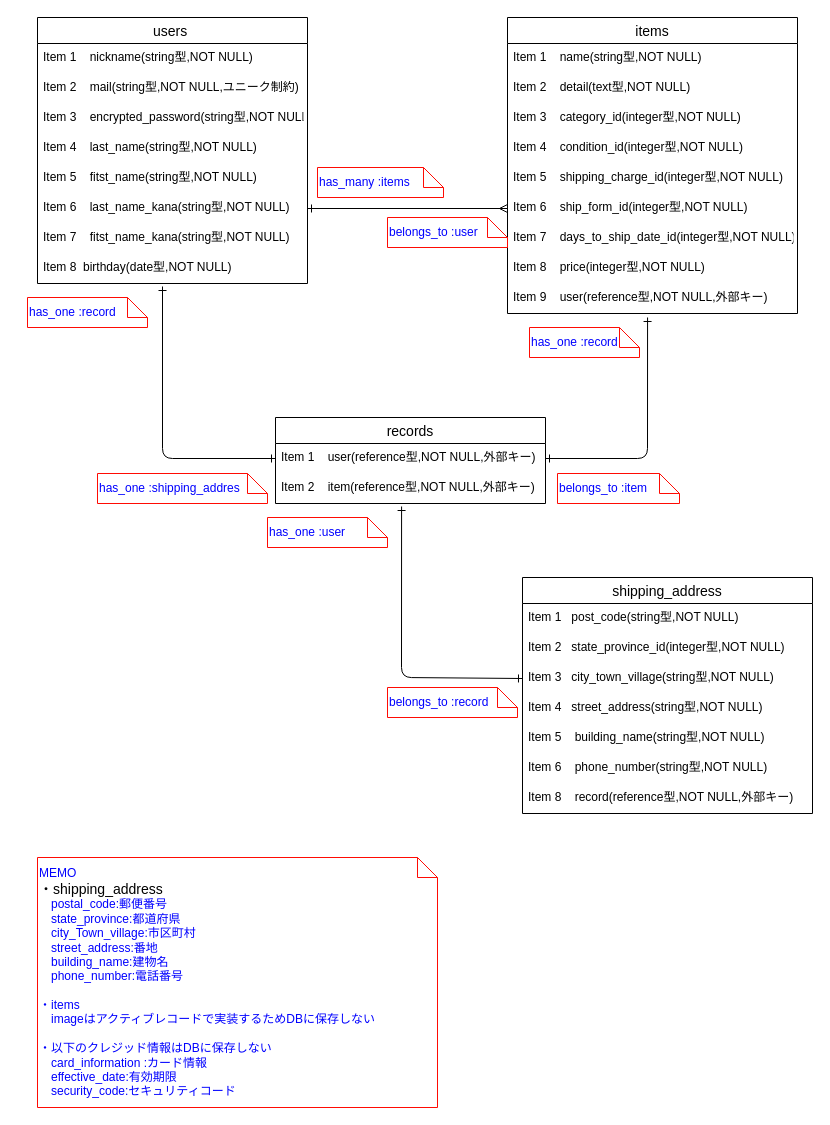
Before: db/ER.dio in miracletea/furima-39667, a draw.io diagram. Source tidied: cells renumbered, new cells numbered last; positions are measured from the earlier drawing's top-left corner, leaving out a move shared by most shapes. Both pictures are drawn from the tidied source at 100%, with x=0, y=0 at pixel (27, 17).
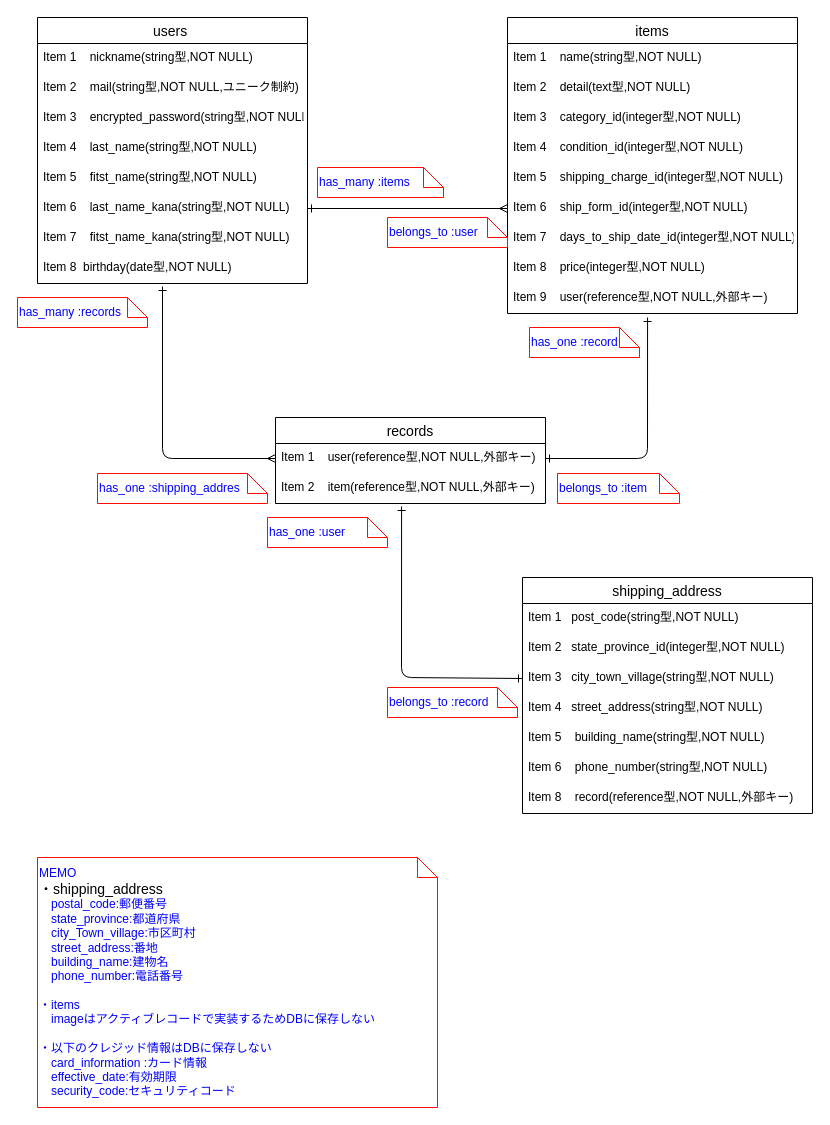
The same diagram, later.

Commit message (it also covers changes not shown here):
has_oneからhas_manyに修正

* Configuration
- has_many :items
- has_one :record
@TakashiKozuma TakashiKozuma 17 minutes ago
- has_one :record
1人のユーザーが何度でも購入できるようにhas_many :複数形の形に変更しましょう。

Unchanged cells that the change refers to:
```xml
<mxCell id="10" value="Item 8  birthday(date型,NOT NULL)&#10;  " style="text;strokeColor=none;fillColor=none;spacingLeft=4;spacingRight=4;overflow=hidden;points=[[0,0.5],[1,0.5]];portConstraint=eastwest;fontSize=12;" parent="2" vertex="1">
  <mxGeometry y="236" width="270" height="30" as="geometry" />
</mxCell>
<mxCell id="22" value="Item 1    user(reference型,NOT NULL,外部キー)" style="text;strokeColor=none;fillColor=none;spacingLeft=4;spacingRight=4;overflow=hidden;points=[[0,0.5],[1,0.5]];portConstraint=eastwest;fontSize=12;" parent="21" vertex="1">
  <mxGeometry y="26" width="270" height="30" as="geometry" />
</mxCell>
```

Change to the diagram source:
```diff
@@
-    <mxCell id="37" value="has_one :record" style="shape=note;size=20;whiteSpace=wrap;html=1;align=left;strokeColor=#FF0B03;fontColor=#0000FF;" parent="1" vertex="1">
-      <mxGeometry y="280" width="120" height="30" as="geometry" />
+    <mxCell id="37" value="has_many :records" style="shape=note;size=20;whiteSpace=wrap;html=1;align=left;strokeColor=#FF0B03;fontColor=#0000FF;" parent="1" vertex="1">
+      <mxGeometry x="-10" y="280" width="130" height="30" as="geometry" />
     </mxCell>
@@
-    <mxCell id="44" style="edgeStyle=none;html=1;exitX=0;exitY=0.5;exitDx=0;exitDy=0;entryX=0.463;entryY=1.1;entryDx=0;entryDy=0;entryPerimeter=0;fontColor=#0000FF;startArrow=ERone;startFill=0;endArrow=ERone;endFill=0;" parent="1" edge="1" source="22" target="10">
+    <mxCell id="44" style="edgeStyle=none;html=1;exitX=0;exitY=0.5;exitDx=0;exitDy=0;entryX=0.463;entryY=1.1;entryDx=0;entryDy=0;entryPerimeter=0;fontColor=#0000FF;startArrow=ERmany;startFill=0;endArrow=ERone;endFill=0;" parent="1" edge="1" source="22" target="10">
       <mxGeometry relative="1" as="geometry">
         <Array as="points">
           <mxPoint x="135" y="441" />
         </Array>
       </mxGeometry>
     </mxCell>
```
